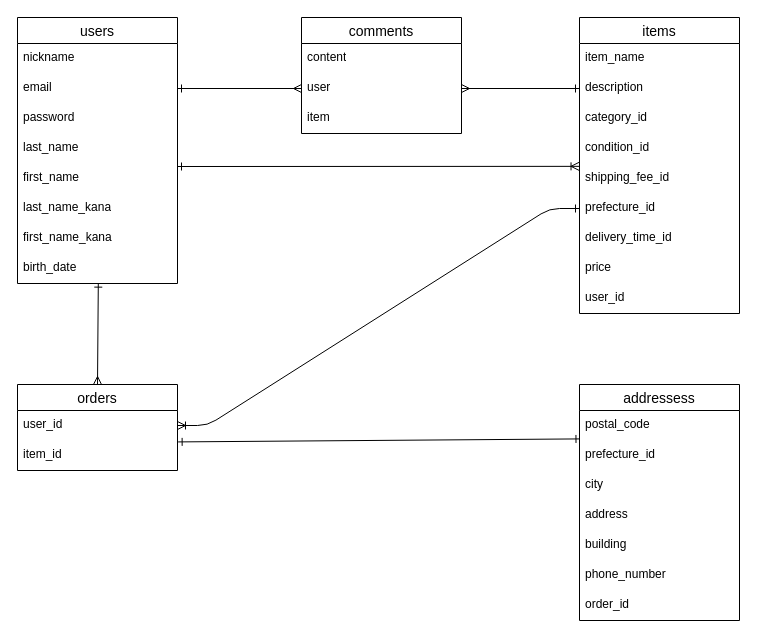
Above: furima.dio in shun7603/furima-42273 (draw.io), before the change. Source tidied: cells renumbered, new cells numbered last; positions are measured from the earlier drawing's top-left corner, leaving out a move shared by most shapes. Both pictures are drawn from the tidied source at 100%, with x=0, y=0 at pixel (17, 17).
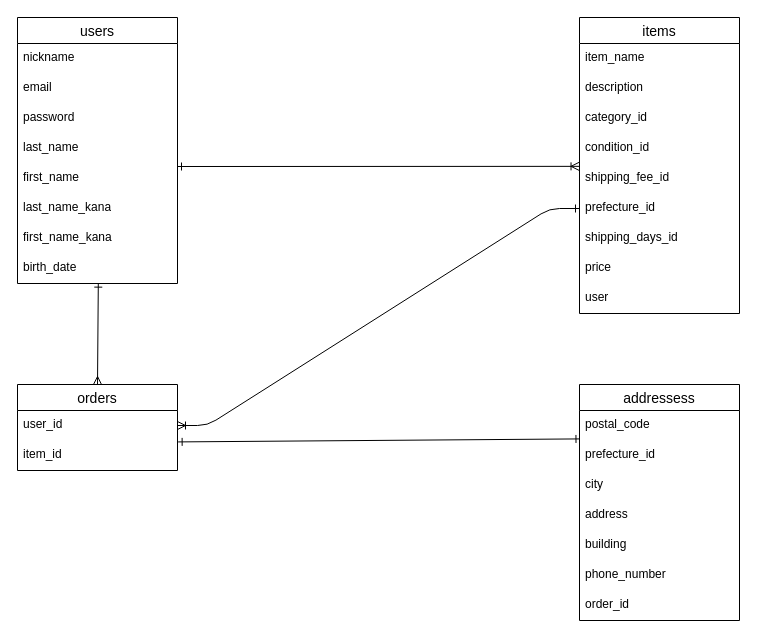
After the change.

Commit message (it also covers changes not shown here):
データベース修正

itemテーブルのカラム追加
commentsテーブル削除
外部参照につけていたid削除

The change refers to these unchanged cells:
```xml
<mxCell id="4" value="email" style="text;strokeColor=none;fillColor=none;spacingLeft=4;spacingRight=4;overflow=hidden;points=[[0,0.5],[1,0.5]];portConstraint=eastwest;fontSize=12;whiteSpace=wrap;html=1;" parent="2" vertex="1">
  <mxGeometry y="56" width="160" height="30" as="geometry" />
</mxCell>
<mxCell id="11" value="items" style="swimlane;fontStyle=0;horizontal=1;startSize=26;align=center;fontSize=14;" parent="1" vertex="1">
  <mxGeometry x="562" width="160" height="296" as="geometry" />
</mxCell>
<mxCell id="13" value="description" style="text;strokeColor=none;fillColor=none;spacingLeft=4;spacingRight=4;overflow=hidden;points=[[0,0.5],[1,0.5]];portConstraint=eastwest;fontSize=12;whiteSpace=wrap;html=1;" parent="11" vertex="1">
  <mxGeometry y="56" width="160" height="30" as="geometry" />
</mxCell>
```

Change to the diagram source:
```diff
@@
-    <mxCell id="18" value="delivery_time_id" style="text;strokeColor=none;fillColor=none;spacingLeft=4;spacingRight=4;overflow=hidden;fontSize=12;whiteSpace=wrap;html=1;" parent="11" vertex="1">
+    <mxCell id="18" value="shipping_days_id" style="text;strokeColor=none;fillColor=none;spacingLeft=4;spacingRight=4;overflow=hidden;fontSize=12;whiteSpace=wrap;html=1;" parent="11" vertex="1">
       <mxGeometry y="206" width="160" height="30" as="geometry" />
     </mxCell>
@@
-    <mxCell id="20" value="user_id" style="text;strokeColor=none;fillColor=none;spacingLeft=4;spacingRight=4;overflow=hidden;fontSize=12;whiteSpace=wrap;html=1;" parent="11" vertex="1">
-      <mxGeometry y="266" width="160" height="30" as="geometry" />
-    </mxCell>
+    <mxCell id="41" value="user" style="text;strokeColor=none;fillColor=none;spacingLeft=4;spacingRight=4;overflow=hidden;fontSize=12;whiteSpace=wrap;html=1;" parent="11" vertex="1">
+      <mxGeometry y="266" width="160" height="30" as="geometry" />
+    </mxCell>
@@
-    <mxCell id="36" value="comments" style="swimlane;fontStyle=0;horizontal=1;startSize=26;align=center;fontSize=14;" parent="1" vertex="1">
-      <mxGeometry x="284" width="160" height="116" as="geometry" />
-    </mxCell>
-    <mxCell id="37" value="content" style="text;strokeColor=none;fillColor=none;spacingLeft=4;spacingRight=4;overflow=hidden;fontSize=12;whiteSpace=wrap;html=1;" parent="36" vertex="1">
-      <mxGeometry y="26" width="160" height="30" as="geometry" />
-    </mxCell>
-    <mxCell id="38" value="user" style="text;strokeColor=none;fillColor=none;spacingLeft=4;spacingRight=4;overflow=hidden;points=[[0,0.5],[1,0.5]];portConstraint=eastwest;fontSize=12;whiteSpace=wrap;html=1;" parent="36" vertex="1">
-      <mxGeometry y="56" width="160" height="30" as="geometry" />
-    </mxCell>
-    <mxCell id="39" value="item" style="text;strokeColor=none;fillColor=none;spacingLeft=4;spacingRight=4;overflow=hidden;fontSize=12;whiteSpace=wrap;html=1;" parent="36" vertex="1">
-      <mxGeometry y="86" width="160" height="30" as="geometry" />
-    </mxCell>
-    <mxCell id="40" style="endArrow=ERmany;html=1;rounded=0;exitX=1;exitY=0.5;exitDx=0;exitDy=0;entryX=0;entryY=0.5;entryDx=0;entryDy=0;startArrow=ERone;startFill=0;endFill=0;" parent="1" edge="1" source="4" target="38">
-      <mxGeometry relative="1" as="geometry" />
-    </mxCell>
-    <mxCell id="41" style="endArrow=ERone;html=1;rounded=0;entryX=0;entryY=0.5;entryDx=0;entryDy=0;exitX=1;exitY=0.5;exitDx=0;exitDy=0;startArrow=ERmany;startFill=0;endFill=0;" parent="1" edge="1" source="38" target="13">
-      <mxGeometry relative="1" as="geometry" />
-    </mxCell>
```
